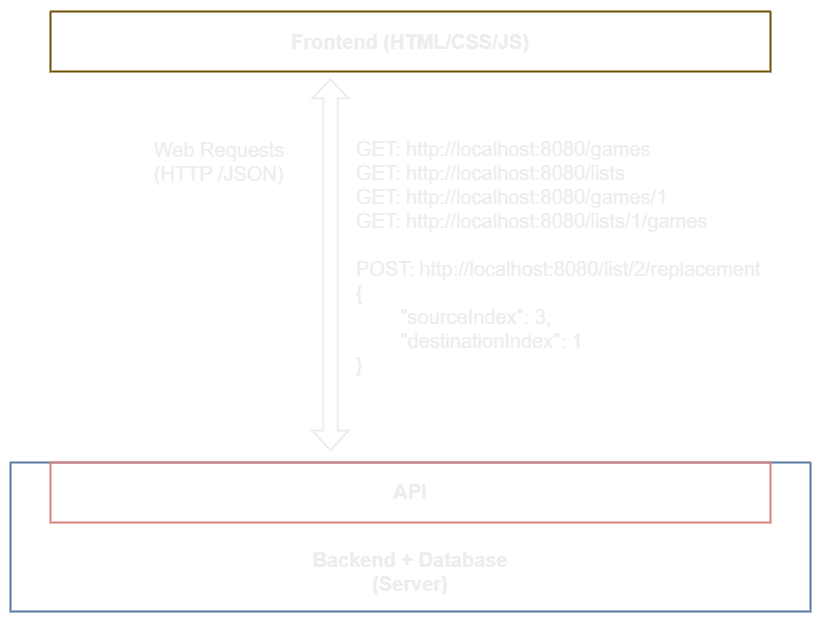
The draw.io diagram api-rest-architecture.png in souzafcharles/Java-Spring-Intensive, before a commit. Source tidied: cells renumbered, new cells last; positions are measured from the earlier drawing's top-left corner, leaving out a move shared by most shapes. Its diagram source:
```xml
<mxGraphModel background="light-dark(#000000, #121212)">
  <root>
    <mxCell id="0" />
    <mxCell id="1" parent="0" />
    <mxCell id="2" style="swimlane;startSize=0;strokeWidth=2;strokeColor=#d6b656;fillColor=#fff2cc;" parent="1" vertex="1">
      <mxGeometry x="40" width="720" height="60" as="geometry" />
    </mxCell>
    <mxCell id="3" value="&lt;b&gt;Frontend (HTML/CSS/JS)&lt;/b&gt;" style="text;html=1;align=center;verticalAlign=top;spacingLeft=4;spacingRight=4;whiteSpace=wrap;overflow=hidden;fillColor=none;fontColor=light-dark(#ffffff, #ededed);fontSize=20;" parent="2" vertex="1">
      <mxGeometry y="12" width="720" height="38" as="geometry" />
    </mxCell>
    <mxCell id="4" style="shape=flexArrow;endArrow=classic;startArrow=classic;html=1;rounded=0;strokeColor=light-dark(#ffffff, #ededed);strokeWidth=2;width=13.333333333333334;endSize=5.608333333333334;" parent="1" edge="1">
      <mxGeometry relative="1" as="geometry">
        <mxPoint x="320" y="440" as="sourcePoint" />
        <mxPoint x="320" y="67" as="targetPoint" />
      </mxGeometry>
    </mxCell>
    <mxCell id="5" value="&lt;div&gt;GET: http://localhost:8080/games&lt;span style=&quot;background-color: transparent; color: light-dark(rgb(255, 255, 255), rgb(237, 237, 237));&quot;&gt;&amp;nbsp;&lt;/span&gt;&lt;/div&gt;&lt;div&gt;GET: http://localhost:8080/lists&lt;/div&gt;&lt;div&gt;GET: http://localhost:8080/games/1&lt;/div&gt;&lt;div&gt;GET: http://localhost:8080/lists/1/games&lt;/div&gt;&lt;div&gt;&lt;br&gt;&lt;/div&gt;&lt;div&gt;POST: http://localhost:8080/list/2/replacement&lt;/div&gt;&lt;div&gt;{&lt;/div&gt;&lt;div&gt;&lt;span style=&quot;white-space: pre;&quot;&gt;&#9;&lt;/span&gt;&quot;sourceIndex&quot;: 3,&lt;br&gt;&lt;/div&gt;&lt;div&gt;&lt;span style=&quot;white-space: pre;&quot;&gt;&#9;&lt;/span&gt;&quot;destinationIndex&quot;: 1&lt;/div&gt;&lt;div&gt;}&lt;/div&gt;&lt;div&gt;&lt;div&gt;&lt;br&gt;&lt;/div&gt;&lt;/div&gt;" style="text;html=1;align=left;verticalAlign=top;spacingLeft=4;spacingRight=4;whiteSpace=wrap;overflow=hidden;fillColor=none;fontColor=light-dark(#ffffff, #ededed);fontSize=20;" parent="1" vertex="1">
      <mxGeometry x="340" y="119" width="450" height="280" as="geometry" />
    </mxCell>
    <mxCell id="6" value="&lt;div&gt;&amp;nbsp; &amp;nbsp; &amp;nbsp;Web Requests&lt;/div&gt;&lt;div&gt;&amp;nbsp; &amp;nbsp; &amp;nbsp;(HTTP /JSON)&lt;/div&gt;" style="text;html=1;align=left;verticalAlign=top;spacingLeft=4;spacingRight=4;whiteSpace=wrap;overflow=hidden;fillColor=none;fontColor=light-dark(#ffffff, #ededed);fontSize=20;" parent="1" vertex="1">
      <mxGeometry x="110" y="120" width="200" height="70" as="geometry" />
    </mxCell>
    <mxCell id="7" style="swimlane;startSize=0;strokeWidth=2;strokeColor=#6c8ebf;fillColor=#dae8fc;" parent="1" vertex="1">
      <mxGeometry y="451" width="800" height="149" as="geometry" />
    </mxCell>
    <mxCell id="8" style="swimlane;startSize=0;strokeWidth=2;strokeColor=#b85450;fillColor=#f8cecc;" parent="7" vertex="1">
      <mxGeometry x="40" width="720" height="60" as="geometry" />
    </mxCell>
    <mxCell id="9" value="&lt;b&gt;API&lt;/b&gt;" style="text;html=1;align=center;verticalAlign=top;spacingLeft=4;spacingRight=4;whiteSpace=wrap;overflow=hidden;fillColor=none;fontColor=light-dark(#ffffff, #ededed);fontSize=20;" parent="8" vertex="1">
      <mxGeometry y="11" width="720" height="38" as="geometry" />
    </mxCell>
    <mxCell id="10" value="&lt;b&gt;Backend + Database&lt;/b&gt;&lt;div&gt;&lt;b&gt;(Server)&lt;/b&gt;&lt;/div&gt;" style="text;html=1;align=center;verticalAlign=top;spacingLeft=4;spacingRight=4;whiteSpace=wrap;overflow=hidden;fillColor=none;fontColor=light-dark(#ffffff, #ededed);fontSize=20;" parent="7" vertex="1">
      <mxGeometry x="40" y="79" width="720" height="61" as="geometry" />
    </mxCell>
  </root>
</mxGraphModel>
```
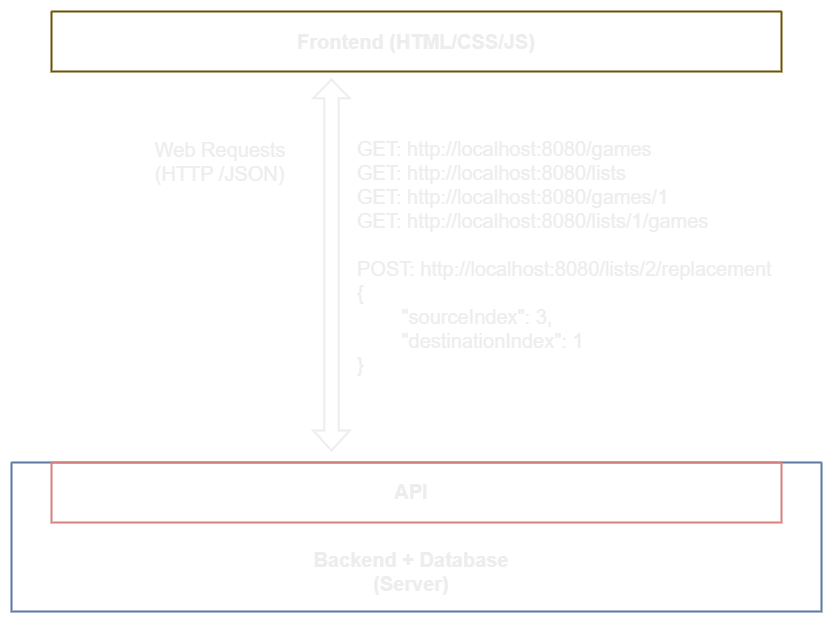
Above is the later version.

Diff of the diagram source:
```diff
@@ -3,10 +3,10 @@
     <mxCell id="0" />
     <mxCell id="1" parent="0" />
     <mxCell id="2" style="swimlane;startSize=0;strokeWidth=2;strokeColor=#d6b656;fillColor=#fff2cc;" parent="1" vertex="1">
-      <mxGeometry x="40" width="720" height="60" as="geometry" />
+      <mxGeometry x="40" width="730" height="60" as="geometry" />
     </mxCell>
     <mxCell id="3" value="&lt;b&gt;Frontend (HTML/CSS/JS)&lt;/b&gt;" style="text;html=1;align=center;verticalAlign=top;spacingLeft=4;spacingRight=4;whiteSpace=wrap;overflow=hidden;fillColor=none;fontColor=light-dark(#ffffff, #ededed);fontSize=20;" parent="2" vertex="1">
-      <mxGeometry y="12" width="720" height="38" as="geometry" />
+      <mxGeometry y="12" width="730" height="38" as="geometry" />
     </mxCell>
     <mxCell id="4" style="shape=flexArrow;endArrow=classic;startArrow=classic;html=1;rounded=0;strokeColor=light-dark(#ffffff, #ededed);strokeWidth=2;width=13.333333333333334;endSize=5.608333333333334;" parent="1" edge="1">
       <mxGeometry relative="1" as="geometry">
@@ -14,17 +14,17 @@
         <mxPoint x="320" y="67" as="targetPoint" />
       </mxGeometry>
     </mxCell>
-    <mxCell id="5" value="&lt;div&gt;GET: http://localhost:8080/games&lt;span style=&quot;background-color: transparent; color: light-dark(rgb(255, 255, 255), rgb(237, 237, 237));&quot;&gt;&amp;nbsp;&lt;/span&gt;&lt;/div&gt;&lt;div&gt;GET: http://localhost:8080/lists&lt;/div&gt;&lt;div&gt;GET: http://localhost:8080/games/1&lt;/div&gt;&lt;div&gt;GET: http://localhost:8080/lists/1/games&lt;/div&gt;&lt;div&gt;&lt;br&gt;&lt;/div&gt;&lt;div&gt;POST: http://localhost:8080/list/2/replacement&lt;/div&gt;&lt;div&gt;{&lt;/div&gt;&lt;div&gt;&lt;span style=&quot;white-space: pre;&quot;&gt;&#9;&lt;/span&gt;&quot;sourceIndex&quot;: 3,&lt;br&gt;&lt;/div&gt;&lt;div&gt;&lt;span style=&quot;white-space: pre;&quot;&gt;&#9;&lt;/span&gt;&quot;destinationIndex&quot;: 1&lt;/div&gt;&lt;div&gt;}&lt;/div&gt;&lt;div&gt;&lt;div&gt;&lt;br&gt;&lt;/div&gt;&lt;/div&gt;" style="text;html=1;align=left;verticalAlign=top;spacingLeft=4;spacingRight=4;whiteSpace=wrap;overflow=hidden;fillColor=none;fontColor=light-dark(#ffffff, #ededed);fontSize=20;" parent="1" vertex="1">
+    <mxCell id="5" value="&lt;div&gt;GET: http://localhost:8080/games&lt;span style=&quot;background-color: transparent; color: light-dark(rgb(255, 255, 255), rgb(237, 237, 237));&quot;&gt;&amp;nbsp;&lt;/span&gt;&lt;/div&gt;&lt;div&gt;GET: http://localhost:8080/lists&lt;/div&gt;&lt;div&gt;GET: http://localhost:8080/games/1&lt;/div&gt;&lt;div&gt;GET: http://localhost:8080/lists/1/games&lt;/div&gt;&lt;div&gt;&lt;br&gt;&lt;/div&gt;&lt;div&gt;POST: http://localhost:8080/lists/2/replacement&lt;/div&gt;&lt;div&gt;{&lt;/div&gt;&lt;div&gt;&lt;span style=&quot;white-space: pre;&quot;&gt;&#9;&lt;/span&gt;&quot;sourceIndex&quot;: 3,&lt;br&gt;&lt;/div&gt;&lt;div&gt;&lt;span style=&quot;white-space: pre;&quot;&gt;&#9;&lt;/span&gt;&quot;destinationIndex&quot;: 1&lt;/div&gt;&lt;div&gt;}&lt;/div&gt;&lt;div&gt;&lt;div&gt;&lt;br&gt;&lt;/div&gt;&lt;/div&gt;" style="text;html=1;align=left;verticalAlign=top;spacingLeft=4;spacingRight=4;whiteSpace=wrap;overflow=hidden;fillColor=none;fontColor=light-dark(#ffffff, #ededed);fontSize=20;" parent="1" vertex="1">
       <mxGeometry x="340" y="119" width="450" height="280" as="geometry" />
     </mxCell>
     <mxCell id="6" value="&lt;div&gt;&amp;nbsp; &amp;nbsp; &amp;nbsp;Web Requests&lt;/div&gt;&lt;div&gt;&amp;nbsp; &amp;nbsp; &amp;nbsp;(HTTP /JSON)&lt;/div&gt;" style="text;html=1;align=left;verticalAlign=top;spacingLeft=4;spacingRight=4;whiteSpace=wrap;overflow=hidden;fillColor=none;fontColor=light-dark(#ffffff, #ededed);fontSize=20;" parent="1" vertex="1">
       <mxGeometry x="110" y="120" width="200" height="70" as="geometry" />
     </mxCell>
     <mxCell id="7" style="swimlane;startSize=0;strokeWidth=2;strokeColor=#6c8ebf;fillColor=#dae8fc;" parent="1" vertex="1">
-      <mxGeometry y="451" width="800" height="149" as="geometry" />
+      <mxGeometry y="451" width="810" height="149" as="geometry" />
     </mxCell>
     <mxCell id="8" style="swimlane;startSize=0;strokeWidth=2;strokeColor=#b85450;fillColor=#f8cecc;" parent="7" vertex="1">
-      <mxGeometry x="40" width="720" height="60" as="geometry" />
+      <mxGeometry x="40" width="730" height="60" as="geometry" />
     </mxCell>
     <mxCell id="9" value="&lt;b&gt;API&lt;/b&gt;" style="text;html=1;align=center;verticalAlign=top;spacingLeft=4;spacingRight=4;whiteSpace=wrap;overflow=hidden;fillColor=none;fontColor=light-dark(#ffffff, #ededed);fontSize=20;" parent="8" vertex="1">
       <mxGeometry y="11" width="720" height="38" as="geometry" />
```
